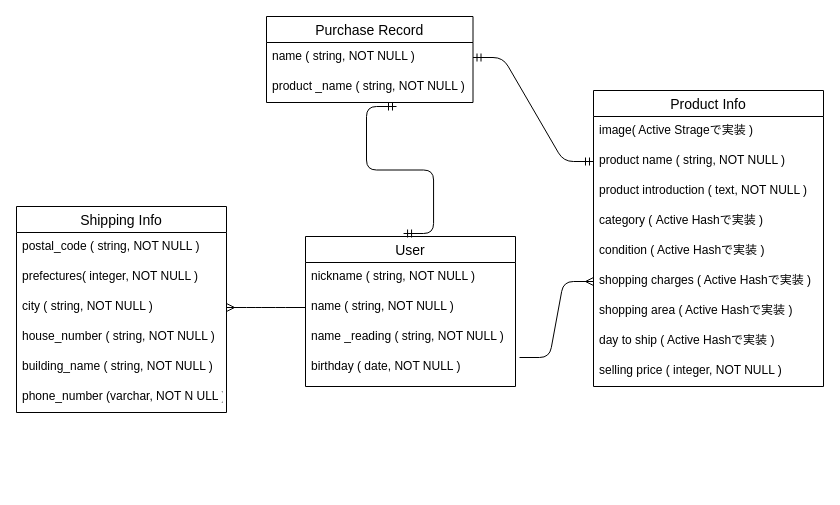
Earlier version of the draw.io diagram app/views/furima.dio (miyazakisayaka7/furima-35258). Source tidied: cells renumbered, new cells numbered last; positions are measured from the earlier drawing's top-left corner, leaving out a move shared by most shapes. Both pictures are drawn from the tidied source at 100%, with x=0, y=0 at pixel (16, 16).
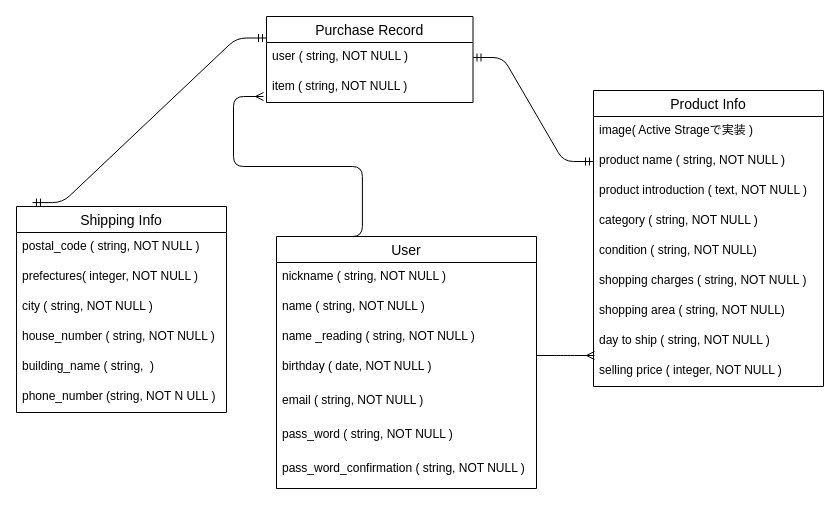
After the change.

Unchanged cells that the change refers to:
```xml
<mxCell id="2" value="Shipping Info" style="swimlane;fontStyle=0;horizontal=1;startSize=26;align=center;fontSize=14;rounded=0;sketch=0;" parent="1" vertex="1">
  <mxGeometry y="190" width="210" height="206" as="geometry" />
</mxCell>
<mxCell id="5" value="city ( string, NOT NULL )" style="text;strokeColor=none;fillColor=none;spacingLeft=4;spacingRight=4;overflow=hidden;points=[[0,0.5],[1,0.5]];portConstraint=eastwest;fontSize=12;" parent="2" vertex="1">
  <mxGeometry y="86" width="210" height="30" as="geometry" />
</mxCell>
<mxCell id="9" value="Product Info" style="swimlane;fontStyle=0;horizontal=1;startSize=26;align=center;fontSize=14;rounded=0;sketch=0;" parent="1" vertex="1">
  <mxGeometry x="577" y="74" width="230" height="296" as="geometry" />
</mxCell>
<mxCell id="19" value="Purchase Record" style="swimlane;fontStyle=0;horizontal=1;startSize=26;align=center;fontSize=14;rounded=0;sketch=0;" parent="1" vertex="1">
  <mxGeometry x="250" width="206.5" height="86" as="geometry" />
</mxCell>
```

What changed in the source:
```diff
@@
-    <mxCell id="7" value="building_name ( string, NOT NULL )" style="text;strokeColor=none;fillColor=none;spacingLeft=4;spacingRight=4;overflow=hidden;fontSize=12;" parent="2" vertex="1">
+    <mxCell id="7" value="building_name ( string,  )" style="text;strokeColor=none;fillColor=none;spacingLeft=4;spacingRight=4;overflow=hidden;fontSize=12;" parent="2" vertex="1">
       <mxGeometry y="146" width="210" height="30" as="geometry" />
     </mxCell>
-    <mxCell id="8" value="phone_number (varchar, NOT N ULL )" style="text;strokeColor=none;fillColor=none;spacingLeft=4;spacingRight=4;overflow=hidden;fontSize=12;" parent="2" vertex="1">
+    <mxCell id="8" value="phone_number (string, NOT N ULL )" style="text;strokeColor=none;fillColor=none;spacingLeft=4;spacingRight=4;overflow=hidden;fontSize=12;" parent="2" vertex="1">
       <mxGeometry y="176" width="210" height="30" as="geometry" />
     </mxCell>
@@
-    <mxCell id="13" value="category ( Active Hashで実装 )" style="text;strokeColor=none;fillColor=none;spacingLeft=4;spacingRight=4;overflow=hidden;fontSize=12;" parent="9" vertex="1">
+    <mxCell id="13" value="category ( string, NOT NULL )" style="text;strokeColor=none;fillColor=none;spacingLeft=4;spacingRight=4;overflow=hidden;fontSize=12;" parent="9" vertex="1">
       <mxGeometry y="116" width="230" height="30" as="geometry" />
     </mxCell>
-    <mxCell id="14" value="condition ( Active Hashで実装 )" style="text;strokeColor=none;fillColor=none;spacingLeft=4;spacingRight=4;overflow=hidden;fontSize=12;" parent="9" vertex="1">
+    <mxCell id="14" value="condition ( string, NOT NULL)" style="text;strokeColor=none;fillColor=none;spacingLeft=4;spacingRight=4;overflow=hidden;fontSize=12;" parent="9" vertex="1">
       <mxGeometry y="146" width="230" height="30" as="geometry" />
     </mxCell>
-    <mxCell id="15" value="shopping charges ( Active Hashで実装 )" style="text;strokeColor=none;fillColor=none;spacingLeft=4;spacingRight=4;overflow=hidden;points=[[0,0.5],[1,0.5]];portConstraint=eastwest;fontSize=12;" parent="9" vertex="1">
+    <mxCell id="15" value="shopping charges ( string, NOT NULL )" style="text;strokeColor=none;fillColor=none;spacingLeft=4;spacingRight=4;overflow=hidden;points=[[0,0.5],[1,0.5]];portConstraint=eastwest;fontSize=12;" parent="9" vertex="1">
       <mxGeometry y="176" width="230" height="30" as="geometry" />
     </mxCell>
-    <mxCell id="16" value="shopping area ( Active Hashで実装 )" style="text;strokeColor=none;fillColor=none;spacingLeft=4;spacingRight=4;overflow=hidden;fontSize=12;" parent="9" vertex="1">
+    <mxCell id="16" value="shopping area ( string, NOT NULL)" style="text;strokeColor=none;fillColor=none;spacingLeft=4;spacingRight=4;overflow=hidden;fontSize=12;" parent="9" vertex="1">
       <mxGeometry y="206" width="230" height="30" as="geometry" />
     </mxCell>
-    <mxCell id="17" value="day to ship ( Active Hashで実装 )" style="text;strokeColor=none;fillColor=none;spacingLeft=4;spacingRight=4;overflow=hidden;fontSize=12;" parent="9" vertex="1">
+    <mxCell id="17" value="day to ship ( string, NOT NULL )" style="text;strokeColor=none;fillColor=none;spacingLeft=4;spacingRight=4;overflow=hidden;fontSize=12;" parent="9" vertex="1">
       <mxGeometry y="236" width="230" height="30" as="geometry" />
     </mxCell>
@@
-    <mxCell id="20" value="name ( string, NOT NULL )" style="text;strokeColor=none;fillColor=none;spacingLeft=4;spacingRight=4;overflow=hidden;points=[[0,0.5],[1,0.5]];portConstraint=eastwest;fontSize=12;" parent="19" vertex="1">
+    <mxCell id="20" value="user ( string, NOT NULL )" style="text;strokeColor=none;fillColor=none;spacingLeft=4;spacingRight=4;overflow=hidden;points=[[0,0.5],[1,0.5]];portConstraint=eastwest;fontSize=12;" parent="19" vertex="1">
       <mxGeometry y="26" width="206.5" height="30" as="geometry" />
     </mxCell>
-    <mxCell id="21" value="product _name ( string, NOT NULL )" style="text;strokeColor=none;fillColor=none;spacingLeft=4;spacingRight=4;overflow=hidden;points=[[0,0.5],[1,0.5]];portConstraint=eastwest;fontSize=12;" parent="19" vertex="1">
+    <mxCell id="21" value="item ( string, NOT NULL )" style="text;strokeColor=none;fillColor=none;spacingLeft=4;spacingRight=4;overflow=hidden;points=[[0,0.5],[1,0.5]];portConstraint=eastwest;fontSize=12;" parent="19" vertex="1">
       <mxGeometry y="56" width="206.5" height="30" as="geometry" />
     </mxCell>
     <mxCell id="22" value="User" style="swimlane;fontStyle=0;horizontal=1;startSize=26;align=center;fontSize=14;rounded=0;sketch=0;" parent="1" vertex="1">
-      <mxGeometry x="289" y="220" width="210" height="150" as="geometry" />
+      <mxGeometry x="260" y="220" width="260" height="252" as="geometry" />
     </mxCell>
     <mxCell id="23" value="nickname ( string, NOT NULL )" style="text;strokeColor=none;fillColor=none;spacingLeft=4;spacingRight=4;overflow=hidden;fontSize=12;" parent="22" vertex="1">
-      <mxGeometry y="26" width="210" height="30" as="geometry" />
+      <mxGeometry y="26" width="260" height="30" as="geometry" />
     </mxCell>
     <mxCell id="24" value="name ( string, NOT NULL )&#10;" style="text;strokeColor=none;fillColor=none;spacingLeft=4;spacingRight=4;overflow=hidden;points=[[0,0.5],[1,0.5]];portConstraint=eastwest;fontSize=12;" parent="22" vertex="1">
-      <mxGeometry y="56" width="210" height="30" as="geometry" />
+      <mxGeometry y="56" width="260" height="30" as="geometry" />
     </mxCell>
     <mxCell id="25" value="name _reading ( string, NOT NULL )" style="text;strokeColor=none;fillColor=none;spacingLeft=4;spacingRight=4;overflow=hidden;fontSize=12;" parent="22" vertex="1">
-      <mxGeometry y="86" width="210" height="30" as="geometry" />
+      <mxGeometry y="86" width="260" height="30" as="geometry" />
     </mxCell>
     <mxCell id="26" value="birthday ( date, NOT NULL )" style="text;strokeColor=none;fillColor=none;spacingLeft=4;spacingRight=4;overflow=hidden;fontSize=12;" parent="22" vertex="1">
-      <mxGeometry y="116" width="210" height="34" as="geometry" />
+      <mxGeometry y="116" width="260" height="34" as="geometry" />
     </mxCell>
+    <mxCell id="32" value="email ( string, NOT NULL )" style="text;strokeColor=none;fillColor=none;spacingLeft=4;spacingRight=4;overflow=hidden;fontSize=12;" parent="22" vertex="1">
+      <mxGeometry y="150" width="260" height="34" as="geometry" />
+    </mxCell>
+    <mxCell id="33" value="pass_word ( string, NOT NULL )" style="text;strokeColor=none;fillColor=none;spacingLeft=4;spacingRight=4;overflow=hidden;fontSize=12;" parent="22" vertex="1">
+      <mxGeometry y="184" width="260" height="34" as="geometry" />
+    </mxCell>
+    <mxCell id="34" value="pass_word_confirmation ( string, NOT NULL )" style="text;strokeColor=none;fillColor=none;spacingLeft=4;spacingRight=4;overflow=hidden;fontSize=12;" parent="22" vertex="1">
+      <mxGeometry y="218" width="260" height="34" as="geometry" />
+    </mxCell>
@@
-    <mxCell id="28" style="edgeStyle=entityRelationEdgeStyle;fontSize=12;html=1;endArrow=ERmany;entryX=0;entryY=0.5;entryDx=0;entryDy=0;" parent="1" edge="1" target="15">
+    <mxCell id="28" style="edgeStyle=entityRelationEdgeStyle;fontSize=12;html=1;endArrow=ERmany;" parent="1" edge="1">
       <mxGeometry relative="1" as="geometry">
-        <mxPoint x="503" y="341" as="sourcePoint" />
+        <mxPoint x="520" y="339" as="sourcePoint" />
+        <mxPoint x="578" y="339" as="targetPoint" />
       </mxGeometry>
     </mxCell>
-    <mxCell id="29" style="edgeStyle=entityRelationEdgeStyle;fontSize=12;html=1;endArrow=ERmany;entryX=1;entryY=0.5;entryDx=0;entryDy=0;exitX=0;exitY=0.5;exitDx=0;exitDy=0;" parent="1" edge="1" source="24" target="5">
-      <mxGeometry relative="1" as="geometry" />
+    <mxCell id="29" style="edgeStyle=entityRelationEdgeStyle;fontSize=12;html=1;endArrow=ERmany;exitX=0.215;exitY=0;exitDx=0;exitDy=0;exitPerimeter=0;" parent="1" edge="1" source="22">
+      <mxGeometry relative="1" as="geometry">
+        <mxPoint x="247" y="80" as="targetPoint" />
+      </mxGeometry>
     </mxCell>
@@
-    <mxCell id="31" style="edgeStyle=entityRelationEdgeStyle;fontSize=12;html=1;endArrow=ERmandOne;startArrow=ERmandOne;exitX=0.467;exitY=-0.02;exitDx=0;exitDy=0;exitPerimeter=0;" parent="1" edge="1" source="22">
-      <mxGeometry relative="1" as="geometry">
-        <mxPoint x="380" y="90" as="targetPoint" />
-      </mxGeometry>
+    <mxCell id="31" style="edgeStyle=entityRelationEdgeStyle;fontSize=12;html=1;endArrow=ERmandOne;startArrow=ERmandOne;exitX=0.076;exitY=-0.019;exitDx=0;exitDy=0;exitPerimeter=0;entryX=0;entryY=0.25;entryDx=0;entryDy=0;" parent="1" edge="1" source="2" target="19">
+      <mxGeometry relative="1" as="geometry" />
     </mxCell>
```
